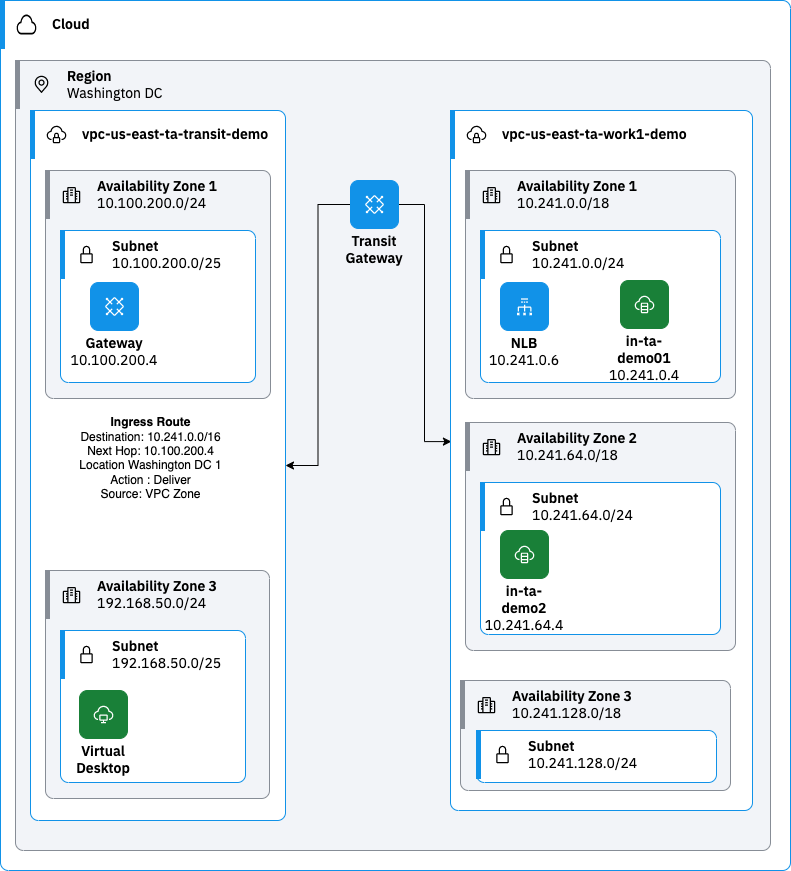
Above: assets/images/TA-LAB-TransitDemo.png in hslmith/vpc-ta-lab-202208 (draw.io), before the change. Source tidied: cells renumbered, new cells last; positions are measured from the earlier drawing's top-left corner, leaving out a move shared by most shapes. Source of this version:
```xml
<mxGraphModel>
  <root>
    <mxCell id="0" />
    <mxCell id="1" parent="0" />
    <object id="2" label="&lt;b style='font-weight:600'&gt;%Primary-Label%&lt;/b&gt;&lt;br&gt;%Secondary-Text%" Badge-Text="" Icon-Name="cloud" Primary-Label="Cloud" Secondary-Text="" placeholders="1">
      <mxCell style="shape=mxgraph.ibm.base;ibmType=groupl;ibmLayout=expanded;strokeColor=#1192e8;fillColor=#ffffff;html=1;whiteSpace=wrap;fontFamily=IBM Plex Sans;fontSize=14;image=;align=left;verticalAlign=middle;labelPosition=center;verticalLabelPosition=middle;spacing=0;spacingLeft=16;spacingRight=16;spacingTop=0;spacingBottom=0;" parent="1" vertex="1">
        <mxGeometry width="790" height="870" as="geometry" />
      </mxCell>
    </object>
    <object id="3" label="&lt;b style='font-weight:600'&gt;%Primary-Label%&lt;/b&gt;&lt;br&gt;%Secondary-Text%" Badge-Text="" Icon-Name="location" Primary-Label="Region" Secondary-Text="Washington DC" placeholders="1">
      <mxCell style="shape=mxgraph.ibm.base;ibmType=groupl;ibmLayout=expanded;strokeColor=#878d96;fillColor=#f2f4f8;html=1;whiteSpace=wrap;fontFamily=IBM Plex Sans;fontSize=14;image=;align=left;verticalAlign=middle;labelPosition=center;verticalLabelPosition=middle;spacing=0;spacingLeft=16;spacingRight=16;spacingTop=0;spacingBottom=0;" parent="2" vertex="1">
        <mxGeometry x="15" y="60" width="755" height="790" as="geometry" />
      </mxCell>
    </object>
    <object id="4" label="&lt;b style='font-weight:600'&gt;%Primary-Label%&lt;/b&gt;&lt;br&gt;%Secondary-Text%" Badge-Text="" Icon-Name="virtual-private-cloud" Primary-Label="vpc-us-east-ta-transit-demo" Secondary-Text="" placeholders="1">
      <mxCell style="shape=mxgraph.ibm.base;ibmType=groupl;ibmLayout=expanded;strokeColor=#1192e8;fillColor=#ffffff;html=1;whiteSpace=wrap;fontFamily=IBM Plex Sans;fontSize=14;image=;align=left;verticalAlign=middle;labelPosition=center;verticalLabelPosition=middle;spacing=0;spacingLeft=16;spacingRight=16;spacingTop=0;spacingBottom=0;" parent="3" vertex="1">
        <mxGeometry x="15" y="50" width="255" height="710" as="geometry" />
      </mxCell>
    </object>
    <object id="5" label="&lt;b style='font-weight:600'&gt;%Primary-Label%&lt;/b&gt;&lt;br&gt;%Secondary-Text%" Badge-Text="" Icon-Name="data--center" Primary-Label="Availability Zone 1" Secondary-Text="10.100.200.0/24" placeholders="1">
      <mxCell style="shape=mxgraph.ibm.base;ibmType=groupl;ibmLayout=expanded;strokeColor=#878d96;fillColor=#f2f4f8;html=1;whiteSpace=wrap;fontFamily=IBM Plex Sans;fontSize=14;image=;align=left;verticalAlign=middle;labelPosition=center;verticalLabelPosition=middle;spacing=0;spacingLeft=16;spacingRight=16;spacingTop=0;spacingBottom=0;" parent="4" vertex="1">
        <mxGeometry x="15" y="60" width="225" height="228" as="geometry" />
      </mxCell>
    </object>
    <object id="6" label="&lt;b style='font-weight:600'&gt;%Primary-Label%&lt;/b&gt;&lt;br&gt;%Secondary-Text%" Badge-Text="" Icon-Name="locked" Primary-Label="Subnet" Secondary-Text="10.100.200.0/25" placeholders="1">
      <mxCell style="shape=mxgraph.ibm.base;ibmType=groupl;ibmLayout=expanded;strokeColor=#1192e8;fillColor=#ffffff;html=1;whiteSpace=wrap;fontFamily=IBM Plex Sans;fontSize=14;image=;align=left;verticalAlign=middle;labelPosition=center;verticalLabelPosition=middle;spacing=0;spacingLeft=16;spacingRight=16;spacingTop=0;spacingBottom=0;" parent="5" vertex="1">
        <mxGeometry x="15" y="60" width="195" height="152" as="geometry" />
      </mxCell>
    </object>
    <object id="7" label="&lt;b style='font-weight:600'&gt;%Primary-Label%&lt;/b&gt;&lt;br&gt;%Secondary-Text%" Badge-Text="" Icon-Name="gateway" Primary-Label="Gateway" Secondary-Text="10.100.200.4" placeholders="1">
      <mxCell style="shape=mxgraph.ibm.base;ibmType=nodel;ibmLayout=collapsed;strokeColor=#1192e8;fillColor=none;html=1;whiteSpace=wrap;fontFamily=IBM Plex Sans;fontSize=14;image=;align=center;verticalAlign=top;labelPosition=center;verticalLabelPosition=bottom;spacing=0;spacingLeft=16;spacingRight=16;spacingTop=0;spacingBottom=4;" parent="6" vertex="1">
        <mxGeometry x="30" y="52" width="48" height="48" as="geometry" />
      </mxCell>
    </object>
    <object id="8" label="&lt;b style='font-weight:600'&gt;%Primary-Label%&lt;/b&gt;&lt;br&gt;%Secondary-Text%" Badge-Text="" Icon-Name="data--center" Primary-Label="Availability Zone 3" Secondary-Text="192.168.50.0/24" placeholders="1">
      <mxCell style="shape=mxgraph.ibm.base;ibmType=groupl;ibmLayout=expanded;strokeColor=#878d96;fillColor=#f2f4f8;html=1;whiteSpace=wrap;fontFamily=IBM Plex Sans;fontSize=14;image=;align=left;verticalAlign=middle;labelPosition=center;verticalLabelPosition=middle;spacing=0;spacingLeft=16;spacingRight=16;spacingTop=0;spacingBottom=0;" parent="4" vertex="1">
        <mxGeometry x="15" y="460" width="224" height="228" as="geometry" />
      </mxCell>
    </object>
    <object id="9" label="&lt;b style='font-weight:600'&gt;%Primary-Label%&lt;/b&gt;&lt;br&gt;%Secondary-Text%" Badge-Text="" Icon-Name="locked" Primary-Label="Subnet" Secondary-Text="192.168.50.0/25" placeholders="1">
      <mxCell style="shape=mxgraph.ibm.base;ibmType=groupl;ibmLayout=expanded;strokeColor=#1192e8;fillColor=#ffffff;html=1;whiteSpace=wrap;fontFamily=IBM Plex Sans;fontSize=14;image=;align=left;verticalAlign=middle;labelPosition=center;verticalLabelPosition=middle;spacing=0;spacingLeft=16;spacingRight=16;spacingTop=0;spacingBottom=0;" parent="8" vertex="1">
        <mxGeometry x="15" y="60" width="185" height="152" as="geometry" />
      </mxCell>
    </object>
    <object id="10" label="&lt;b style='font-weight:600'&gt;%Primary-Label%&lt;/b&gt;&lt;br&gt;%Secondary-Text%" Badge-Text="" Icon-Name="virtual-desktop" Primary-Label="Virtual Desktop" Secondary-Text="" placeholders="1">
      <mxCell style="shape=mxgraph.ibm.base;ibmType=nodel;ibmLayout=collapsed;strokeColor=#198038;fillColor=none;html=1;whiteSpace=wrap;fontFamily=IBM Plex Sans;fontSize=14;image=;align=center;verticalAlign=top;labelPosition=center;verticalLabelPosition=bottom;spacing=0;spacingLeft=16;spacingRight=16;spacingTop=0;spacingBottom=4;" parent="9" vertex="1">
        <mxGeometry x="19" y="60" width="48" height="48" as="geometry" />
      </mxCell>
    </object>
    <mxCell id="11" value="&lt;b&gt;Ingress Route&lt;br&gt;&lt;/b&gt;Destination: 10.241.0.0/16&lt;br&gt;Next Hop: 10.100.200.4&lt;br&gt;Location Washington DC 1&lt;br&gt;Action : Deliver&lt;br&gt;Source: VPC Zone&lt;br&gt;&amp;nbsp;" style="text;html=1;align=center;verticalAlign=middle;strokeColor=none;fillColor=none;" parent="4" vertex="1">
      <mxGeometry x="40" y="305" width="160" height="100" as="geometry" />
    </mxCell>
    <mxCell id="12" style="edgeStyle=orthogonalEdgeStyle;rounded=0;jettySize=auto;html=1;" parent="3" edge="1" source="14" target="4">
      <mxGeometry relative="1" as="geometry" />
    </mxCell>
    <mxCell id="13" style="edgeStyle=orthogonalEdgeStyle;rounded=0;jettySize=auto;html=1;entryX=0.003;entryY=0.473;entryDx=0;entryDy=0;entryPerimeter=0;" parent="3" edge="1" source="14" target="15">
      <mxGeometry relative="1" as="geometry" />
    </mxCell>
    <object id="14" label="&lt;b style='font-weight:600'&gt;%Primary-Label%&lt;/b&gt;&lt;br&gt;%Secondary-Text%" Badge-Text="" Icon-Name="gateway" Primary-Label="Transit Gateway" Secondary-Text="" placeholders="1">
      <mxCell style="shape=mxgraph.ibm.base;ibmType=nodel;ibmLayout=collapsed;strokeColor=#1192e8;fillColor=none;html=1;whiteSpace=wrap;fontFamily=IBM Plex Sans;fontSize=14;image=;align=center;verticalAlign=top;labelPosition=center;verticalLabelPosition=bottom;spacing=0;spacingLeft=16;spacingRight=16;spacingTop=0;spacingBottom=4;" parent="3" vertex="1">
        <mxGeometry x="335" y="120" width="48" height="48" as="geometry" />
      </mxCell>
    </object>
    <object id="15" label="&lt;b style='font-weight:600'&gt;%Primary-Label%&lt;/b&gt;&lt;br&gt;%Secondary-Text%" Badge-Text="" Icon-Name="virtual-private-cloud" Primary-Label="vpc-us-east-ta-work1-demo" Secondary-Text="" placeholders="1">
      <mxCell style="shape=mxgraph.ibm.base;ibmType=groupl;ibmLayout=expanded;strokeColor=#1192e8;fillColor=#ffffff;html=1;whiteSpace=wrap;fontFamily=IBM Plex Sans;fontSize=14;image=;align=left;verticalAlign=middle;labelPosition=center;verticalLabelPosition=middle;spacing=0;spacingLeft=16;spacingRight=16;spacingTop=0;spacingBottom=0;" parent="3" vertex="1">
        <mxGeometry x="435" y="50" width="302" height="700" as="geometry" />
      </mxCell>
    </object>
    <object id="16" label="&lt;b style='font-weight:600'&gt;%Primary-Label%&lt;/b&gt;&lt;br&gt;%Secondary-Text%" Badge-Text="" Icon-Name="data--center" Primary-Label="Availability Zone 1" Secondary-Text="10.241.0.0/18" placeholders="1">
      <mxCell style="shape=mxgraph.ibm.base;ibmType=groupl;ibmLayout=expanded;strokeColor=#878d96;fillColor=#f2f4f8;html=1;whiteSpace=wrap;fontFamily=IBM Plex Sans;fontSize=14;image=;align=left;verticalAlign=middle;labelPosition=center;verticalLabelPosition=middle;spacing=0;spacingLeft=16;spacingRight=16;spacingTop=0;spacingBottom=0;" parent="15" vertex="1">
        <mxGeometry x="15" y="60" width="270" height="228" as="geometry" />
      </mxCell>
    </object>
    <object id="17" label="&lt;b style='font-weight:600'&gt;%Primary-Label%&lt;/b&gt;&lt;br&gt;%Secondary-Text%" Badge-Text="" Icon-Name="locked" Primary-Label="Subnet" Secondary-Text="10.241.0.0/24" placeholders="1">
      <mxCell style="shape=mxgraph.ibm.base;ibmType=groupl;ibmLayout=expanded;strokeColor=#1192e8;fillColor=#ffffff;html=1;whiteSpace=wrap;fontFamily=IBM Plex Sans;fontSize=14;image=;align=left;verticalAlign=middle;labelPosition=center;verticalLabelPosition=middle;spacing=0;spacingLeft=16;spacingRight=16;spacingTop=0;spacingBottom=0;" parent="16" vertex="1">
        <mxGeometry x="15" y="60" width="240" height="152" as="geometry" />
      </mxCell>
    </object>
    <object id="18" label="&lt;b style='font-weight:600'&gt;%Primary-Label%&lt;/b&gt;&lt;br&gt;%Secondary-Text%" Badge-Text="" Icon-Name="virtual-machine" Primary-Label="in-ta-demo01" Secondary-Text="10.241.0.4" placeholders="1">
      <mxCell style="shape=mxgraph.ibm.base;ibmType=nodel;ibmLayout=collapsed;strokeColor=#198038;fillColor=none;html=1;whiteSpace=wrap;fontFamily=IBM Plex Sans;fontSize=14;image=;align=center;verticalAlign=top;labelPosition=center;verticalLabelPosition=bottom;spacing=0;spacingLeft=16;spacingRight=16;spacingTop=0;spacingBottom=4;" parent="17" vertex="1">
        <mxGeometry x="140" y="50" width="48" height="48" as="geometry" />
      </mxCell>
    </object>
    <object id="19" label="&lt;b style='font-weight:600'&gt;%Primary-Label%&lt;/b&gt;&lt;br&gt;%Secondary-Text%" Badge-Text="" Icon-Name="load-balancer--listener" Primary-Label="NLB" Secondary-Text="10.241.0.6" placeholders="1">
      <mxCell style="shape=mxgraph.ibm.base;ibmType=nodel;ibmLayout=collapsed;strokeColor=#1192e8;fillColor=none;html=1;whiteSpace=wrap;fontFamily=IBM Plex Sans;fontSize=14;image=;align=center;verticalAlign=top;labelPosition=center;verticalLabelPosition=bottom;spacing=0;spacingLeft=16;spacingRight=16;spacingTop=0;spacingBottom=4;" parent="17" vertex="1">
        <mxGeometry x="20" y="52" width="48" height="48" as="geometry" />
      </mxCell>
    </object>
    <object id="20" label="&lt;b style='font-weight:600'&gt;%Primary-Label%&lt;/b&gt;&lt;br&gt;%Secondary-Text%" Badge-Text="" Icon-Name="data--center" Primary-Label="Availability Zone 2" Secondary-Text="10.241.64.0/18" placeholders="1">
      <mxCell style="shape=mxgraph.ibm.base;ibmType=groupl;ibmLayout=expanded;strokeColor=#878d96;fillColor=#f2f4f8;html=1;whiteSpace=wrap;fontFamily=IBM Plex Sans;fontSize=14;image=;align=left;verticalAlign=middle;labelPosition=center;verticalLabelPosition=middle;spacing=0;spacingLeft=16;spacingRight=16;spacingTop=0;spacingBottom=0;" parent="15" vertex="1">
        <mxGeometry x="15" y="312" width="270" height="228" as="geometry" />
      </mxCell>
    </object>
    <object id="21" label="&lt;b style='font-weight:600'&gt;%Primary-Label%&lt;/b&gt;&lt;br&gt;%Secondary-Text%" Badge-Text="" Icon-Name="locked" Primary-Label="Subnet" Secondary-Text="10.241.64.0/24" placeholders="1">
      <mxCell style="shape=mxgraph.ibm.base;ibmType=groupl;ibmLayout=expanded;strokeColor=#1192e8;fillColor=#ffffff;html=1;whiteSpace=wrap;fontFamily=IBM Plex Sans;fontSize=14;image=;align=left;verticalAlign=middle;labelPosition=center;verticalLabelPosition=middle;spacing=0;spacingLeft=16;spacingRight=16;spacingTop=0;spacingBottom=0;" parent="20" vertex="1">
        <mxGeometry x="15" y="60" width="240" height="152" as="geometry" />
      </mxCell>
    </object>
    <object id="22" label="&lt;b style='font-weight:600'&gt;%Primary-Label%&lt;/b&gt;&lt;br&gt;%Secondary-Text%" Badge-Text="" Icon-Name="virtual-machine" Primary-Label="in-ta-demo2" Secondary-Text="10.241.64.4" placeholders="1">
      <mxCell style="shape=mxgraph.ibm.base;ibmType=nodel;ibmLayout=collapsed;strokeColor=#198038;fillColor=none;html=1;whiteSpace=wrap;fontFamily=IBM Plex Sans;fontSize=14;image=;align=center;verticalAlign=top;labelPosition=center;verticalLabelPosition=bottom;spacing=0;spacingLeft=16;spacingRight=16;spacingTop=0;spacingBottom=4;" parent="21" vertex="1">
        <mxGeometry x="20" y="48" width="48" height="48" as="geometry" />
      </mxCell>
    </object>
    <object id="23" label="&lt;b style='font-weight:600'&gt;%Primary-Label%&lt;/b&gt;&lt;br&gt;%Secondary-Text%" Badge-Text="" Icon-Name="data--center" Primary-Label="Availability Zone 3" Secondary-Text="10.241.128.0/18" placeholders="1">
      <mxCell style="shape=mxgraph.ibm.base;ibmType=groupl;ibmLayout=expanded;strokeColor=#878d96;fillColor=#f2f4f8;html=1;whiteSpace=wrap;fontFamily=IBM Plex Sans;fontSize=14;image=;align=left;verticalAlign=middle;labelPosition=center;verticalLabelPosition=middle;spacing=0;spacingLeft=16;spacingRight=16;spacingTop=0;spacingBottom=0;" parent="15" vertex="1">
        <mxGeometry x="10" y="570" width="270" height="110" as="geometry" />
      </mxCell>
    </object>
    <object id="24" label="&lt;b style='font-weight:600'&gt;%Primary-Label%&lt;/b&gt;&lt;br&gt;%Secondary-Text%" Badge-Text="" Icon-Name="locked" Primary-Label="Subnet" Secondary-Text="10.241.128.0/24" placeholders="1">
      <mxCell style="shape=mxgraph.ibm.base;ibmType=groupl;ibmLayout=expanded;strokeColor=#1192e8;fillColor=#ffffff;html=1;whiteSpace=wrap;fontFamily=IBM Plex Sans;fontSize=14;image=;align=left;verticalAlign=middle;labelPosition=center;verticalLabelPosition=middle;spacing=0;spacingLeft=16;spacingRight=16;spacingTop=0;spacingBottom=0;" parent="23" vertex="1">
        <mxGeometry x="16" y="50" width="240" height="52" as="geometry" />
      </mxCell>
    </object>
  </root>
</mxGraphModel>
```
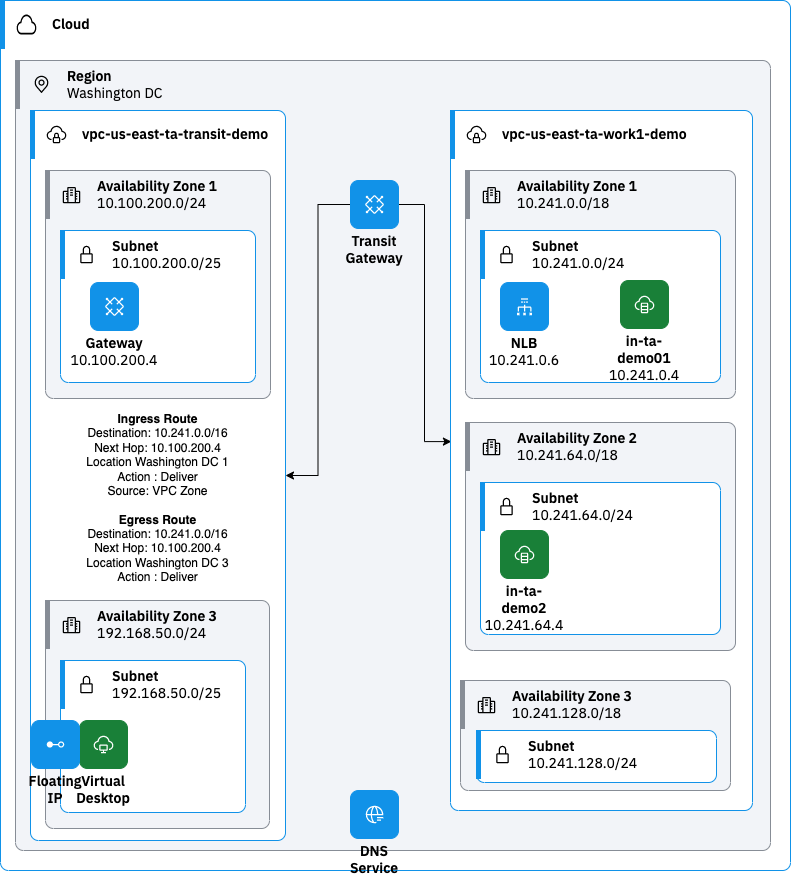
Later version of the same file.

What changed in the source:
```diff
@@ -14,7 +14,7 @@
     </object>
     <object id="4" label="&lt;b style='font-weight:600'&gt;%Primary-Label%&lt;/b&gt;&lt;br&gt;%Secondary-Text%" Badge-Text="" Icon-Name="virtual-private-cloud" Primary-Label="vpc-us-east-ta-transit-demo" Secondary-Text="" placeholders="1">
       <mxCell style="shape=mxgraph.ibm.base;ibmType=groupl;ibmLayout=expanded;strokeColor=#1192e8;fillColor=#ffffff;html=1;whiteSpace=wrap;fontFamily=IBM Plex Sans;fontSize=14;image=;align=left;verticalAlign=middle;labelPosition=center;verticalLabelPosition=middle;spacing=0;spacingLeft=16;spacingRight=16;spacingTop=0;spacingBottom=0;" parent="3" vertex="1">
-        <mxGeometry x="15" y="50" width="255" height="710" as="geometry" />
+        <mxGeometry x="15" y="50" width="255" height="730" as="geometry" />
       </mxCell>
     </object>
     <object id="5" label="&lt;b style='font-weight:600'&gt;%Primary-Label%&lt;/b&gt;&lt;br&gt;%Secondary-Text%" Badge-Text="" Icon-Name="data--center" Primary-Label="Availability Zone 1" Secondary-Text="10.100.200.0/24" placeholders="1">
@@ -34,7 +34,7 @@
     </object>
     <object id="8" label="&lt;b style='font-weight:600'&gt;%Primary-Label%&lt;/b&gt;&lt;br&gt;%Secondary-Text%" Badge-Text="" Icon-Name="data--center" Primary-Label="Availability Zone 3" Secondary-Text="192.168.50.0/24" placeholders="1">
       <mxCell style="shape=mxgraph.ibm.base;ibmType=groupl;ibmLayout=expanded;strokeColor=#878d96;fillColor=#f2f4f8;html=1;whiteSpace=wrap;fontFamily=IBM Plex Sans;fontSize=14;image=;align=left;verticalAlign=middle;labelPosition=center;verticalLabelPosition=middle;spacing=0;spacingLeft=16;spacingRight=16;spacingTop=0;spacingBottom=0;" parent="4" vertex="1">
-        <mxGeometry x="15" y="460" width="224" height="228" as="geometry" />
+        <mxGeometry x="15" y="490" width="224" height="228" as="geometry" />
       </mxCell>
     </object>
     <object id="9" label="&lt;b style='font-weight:600'&gt;%Primary-Label%&lt;/b&gt;&lt;br&gt;%Secondary-Text%" Badge-Text="" Icon-Name="locked" Primary-Label="Subnet" Secondary-Text="192.168.50.0/25" placeholders="1">
@@ -47,8 +47,13 @@
         <mxGeometry x="19" y="60" width="48" height="48" as="geometry" />
       </mxCell>
     </object>
+    <object id="25" label="&lt;b style='font-weight:600'&gt;%Primary-Label%&lt;/b&gt;&lt;br&gt;%Secondary-Text%" Badge-Text="" Icon-Name="floating-ip" Primary-Label="Floating IP" Secondary-Text="" placeholders="1">
+      <mxCell style="shape=mxgraph.ibm.base;ibmType=nodel;ibmLayout=collapsed;strokeColor=#1192e8;fillColor=none;html=1;whiteSpace=wrap;fontFamily=IBM Plex Sans;fontSize=14;image=;align=center;verticalAlign=top;labelPosition=center;verticalLabelPosition=bottom;spacing=0;spacingLeft=16;spacingRight=16;spacingTop=0;spacingBottom=4;" parent="8" vertex="1">
+        <mxGeometry x="-14" y="120" width="48" height="48" as="geometry" />
+      </mxCell>
+    </object>
-    <mxCell id="11" value="&lt;b&gt;Ingress Route&lt;br&gt;&lt;/b&gt;Destination: 10.241.0.0/16&lt;br&gt;Next Hop: 10.100.200.4&lt;br&gt;Location Washington DC 1&lt;br&gt;Action : Deliver&lt;br&gt;Source: VPC Zone&lt;br&gt;&amp;nbsp;" style="text;html=1;align=center;verticalAlign=middle;strokeColor=none;fillColor=none;" parent="4" vertex="1">
-      <mxGeometry x="40" y="305" width="160" height="100" as="geometry" />
+    <mxCell id="11" value="&lt;b&gt;Ingress Route&lt;br&gt;&lt;/b&gt;Destination: 10.241.0.0/16&lt;br&gt;Next Hop: 10.100.200.4&lt;br&gt;Location Washington DC 1&lt;br&gt;Action : Deliver&lt;br&gt;Source: VPC Zone&lt;br&gt;&lt;br&gt;&lt;b&gt;Egress Route&lt;br&gt;&lt;/b&gt;Destination: 10.241.0.0/16&lt;br&gt;Next Hop: 10.100.200.4&lt;br&gt;Location Washington DC 3&lt;br&gt;Action : Deliver&lt;br&gt;&amp;nbsp;" style="text;html=1;align=center;verticalAlign=middle;strokeColor=none;fillColor=none;" parent="4" vertex="1">
+      <mxGeometry x="47" y="300" width="160" height="190" as="geometry" />
     </mxCell>
     <mxCell id="12" style="edgeStyle=orthogonalEdgeStyle;rounded=0;jettySize=auto;html=1;" parent="3" edge="1" source="14" target="4">
       <mxGeometry relative="1" as="geometry" />
@@ -111,5 +116,10 @@
         <mxGeometry x="16" y="50" width="240" height="52" as="geometry" />
       </mxCell>
     </object>
+    <object id="26" label="&lt;b style='font-weight:600'&gt;%Primary-Label%&lt;/b&gt;&lt;br&gt;%Secondary-Text%" Badge-Text="" Icon-Name="dns-services" Primary-Label="DNS Service" Secondary-Text="" placeholders="1">
+      <mxCell style="shape=mxgraph.ibm.base;ibmType=nodel;ibmLayout=collapsed;strokeColor=#1192e8;fillColor=none;html=1;whiteSpace=wrap;fontFamily=IBM Plex Sans;fontSize=14;image=;align=center;verticalAlign=top;labelPosition=center;verticalLabelPosition=bottom;spacing=0;spacingLeft=16;spacingRight=16;spacingTop=0;spacingBottom=4;" parent="3" vertex="1">
+        <mxGeometry x="335" y="730" width="48" height="48" as="geometry" />
+      </mxCell>
+    </object>
   </root>
 </mxGraphModel>
```
